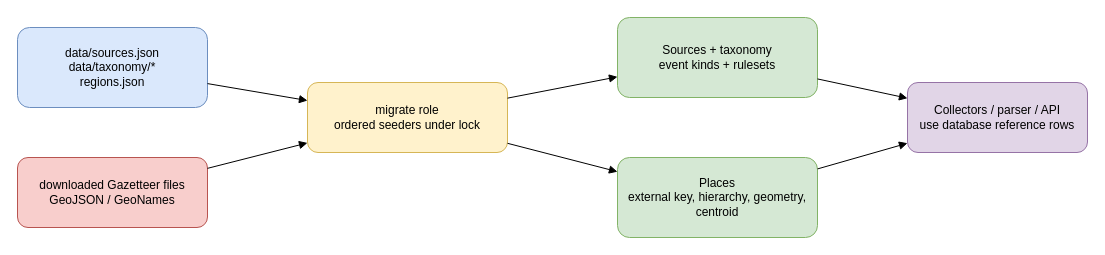
Above: docs/diagrams/reference-data-flow.drawio in sql-monk/Puluj-g (draw.io), before the change. Source tidied: cells renumbered, new cells numbered last; positions are measured from the earlier drawing's top-left corner, leaving out a move shared by most shapes. Both pictures are drawn from the tidied source at 100%, with x=0, y=0 at pixel (17, 17).
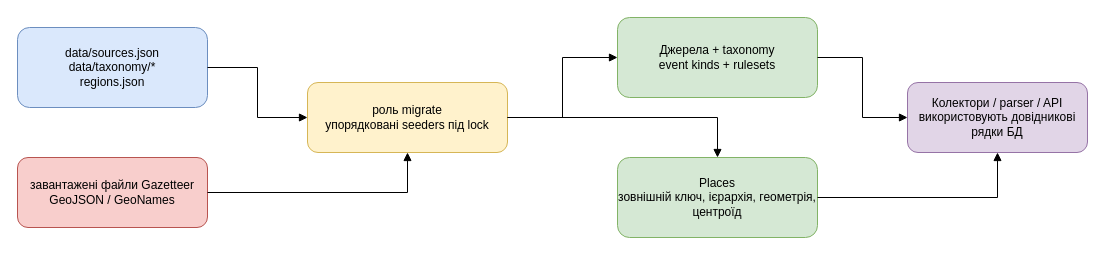
Above is the later version.

The edit, as a diff of the source:
```diff
@@
 <mxGraphModel>
   <root>
     <mxCell id="0" />
     <mxCell id="1" parent="0" />
     <mxCell id="2" value="data/sources.json&#10;data/taxonomy/*&#10;regions.json" style="rounded=1;whiteSpace=wrap;html=1;fillColor=#dae8fc;strokeColor=#6c8ebf;" parent="1" vertex="1">
       <mxGeometry y="10" width="190" height="80" as="geometry" />
     </mxCell>
-    <mxCell id="3" value="downloaded Gazetteer files&#10;GeoJSON / GeoNames" style="rounded=1;whiteSpace=wrap;html=1;fillColor=#f8cecc;strokeColor=#b85450;" parent="1" vertex="1">
+    <mxCell id="3" value="завантажені файли Gazetteer&#10;GeoJSON / GeoNames" style="rounded=1;whiteSpace=wrap;html=1;fillColor=#f8cecc;strokeColor=#b85450;" parent="1" vertex="1">
       <mxGeometry y="140" width="190" height="70" as="geometry" />
     </mxCell>
-    <mxCell id="4" value="migrate role&#10;ordered seeders under lock" style="rounded=1;whiteSpace=wrap;html=1;fillColor=#fff2cc;strokeColor=#d6b656;" parent="1" vertex="1">
+    <mxCell id="4" value="роль migrate&#10;упорядковані seeders під lock" style="rounded=1;whiteSpace=wrap;html=1;fillColor=#fff2cc;strokeColor=#d6b656;" parent="1" vertex="1">
       <mxGeometry x="290" y="65" width="200" height="70" as="geometry" />
     </mxCell>
-    <mxCell id="5" value="Sources + taxonomy&#10;event kinds + rulesets" style="rounded=1;whiteSpace=wrap;html=1;fillColor=#d5e8d4;strokeColor=#82b366;" parent="1" vertex="1">
+    <mxCell id="5" value="Джерела + taxonomy&#10;event kinds + rulesets" style="rounded=1;whiteSpace=wrap;html=1;fillColor=#d5e8d4;strokeColor=#82b366;" parent="1" vertex="1">
       <mxGeometry x="600" width="200" height="80" as="geometry" />
     </mxCell>
-    <mxCell id="6" value="Places&#10;external key, hierarchy, geometry, centroid" style="rounded=1;whiteSpace=wrap;html=1;fillColor=#d5e8d4;strokeColor=#82b366;" parent="1" vertex="1">
+    <mxCell id="6" value="Places&#10;зовнішній ключ, ієрархія, геометрія, центроїд" style="rounded=1;whiteSpace=wrap;html=1;fillColor=#d5e8d4;strokeColor=#82b366;" parent="1" vertex="1">
       <mxGeometry x="600" y="140" width="200" height="80" as="geometry" />
     </mxCell>
-    <mxCell id="7" value="Collectors / parser / API&#10;use database reference rows" style="rounded=1;whiteSpace=wrap;html=1;fillColor=#e1d5e7;strokeColor=#9673a6;" parent="1" vertex="1">
+    <mxCell id="7" value="Колектори / parser / API&#10;використовують довідникові рядки БД" style="rounded=1;whiteSpace=wrap;html=1;fillColor=#e1d5e7;strokeColor=#9673a6;" parent="1" vertex="1">
       <mxGeometry x="890" y="65" width="180" height="70" as="geometry" />
     </mxCell>
-    <mxCell id="8" style="endArrow=block;html=1;" parent="1" edge="1" source="2" target="4">
+    <mxCell id="8" style="edgeStyle=orthogonalEdgeStyle;rounded=0;endArrow=block;html=1;" parent="1" edge="1" source="2" target="4">
       <mxGeometry relative="1" as="geometry" />
     </mxCell>
-    <mxCell id="9" style="endArrow=block;html=1;" parent="1" edge="1" source="3" target="4">
+    <mxCell id="9" style="edgeStyle=orthogonalEdgeStyle;rounded=0;endArrow=block;html=1;" parent="1" edge="1" source="3" target="4">
       <mxGeometry relative="1" as="geometry" />
     </mxCell>
-    <mxCell id="10" style="endArrow=block;html=1;" parent="1" edge="1" source="4" target="5">
+    <mxCell id="10" style="edgeStyle=orthogonalEdgeStyle;rounded=0;endArrow=block;html=1;" parent="1" edge="1" source="4" target="5">
       <mxGeometry relative="1" as="geometry" />
     </mxCell>
-    <mxCell id="11" style="endArrow=block;html=1;" parent="1" edge="1" source="4" target="6">
+    <mxCell id="11" style="edgeStyle=orthogonalEdgeStyle;rounded=0;endArrow=block;html=1;" parent="1" edge="1" source="4" target="6">
       <mxGeometry relative="1" as="geometry" />
     </mxCell>
-    <mxCell id="12" style="endArrow=block;html=1;" parent="1" edge="1" source="5" target="7">
+    <mxCell id="12" style="edgeStyle=orthogonalEdgeStyle;rounded=0;endArrow=block;html=1;" parent="1" edge="1" source="5" target="7">
       <mxGeometry relative="1" as="geometry" />
     </mxCell>
-    <mxCell id="13" style="endArrow=block;html=1;" parent="1" edge="1" source="6" target="7">
+    <mxCell id="13" style="edgeStyle=orthogonalEdgeStyle;rounded=0;endArrow=block;html=1;" parent="1" edge="1" source="6" target="7">
       <mxGeometry relative="1" as="geometry" />
     </mxCell>
   </root>
 </mxGraphModel>
```
